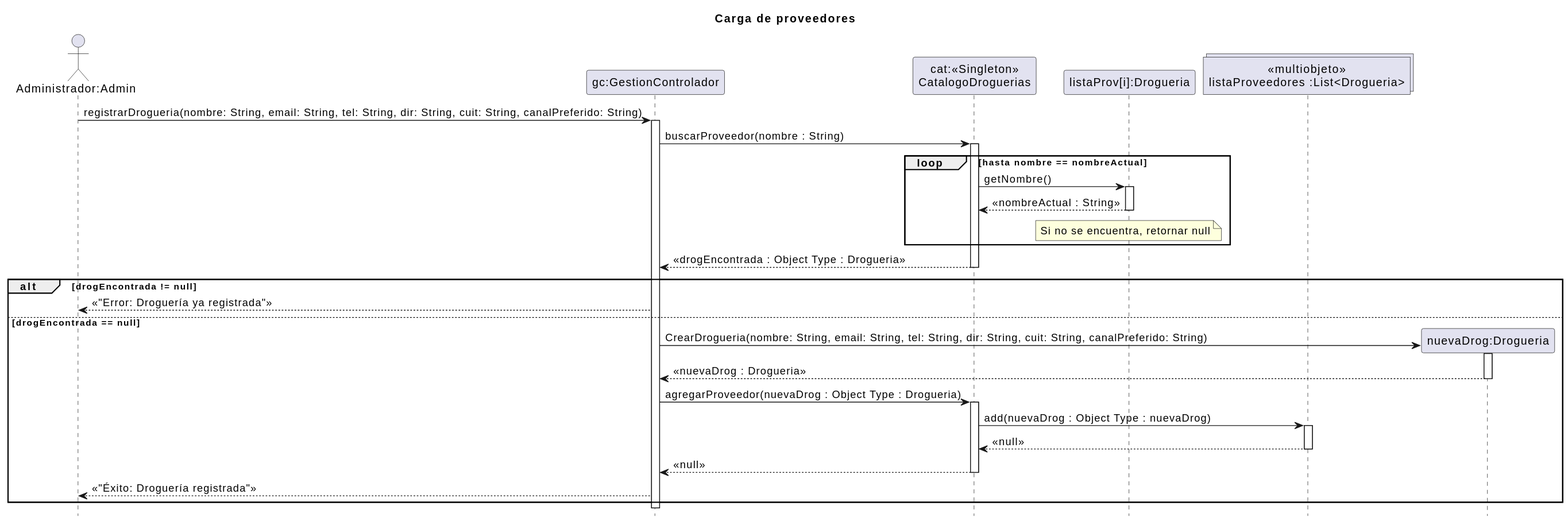
Above: 08 - Diagramas de Secuencia de Diseño/CargaProveedores/CargaProveedores.svg in zEzequR/PF-I (PlantUML), before the change.
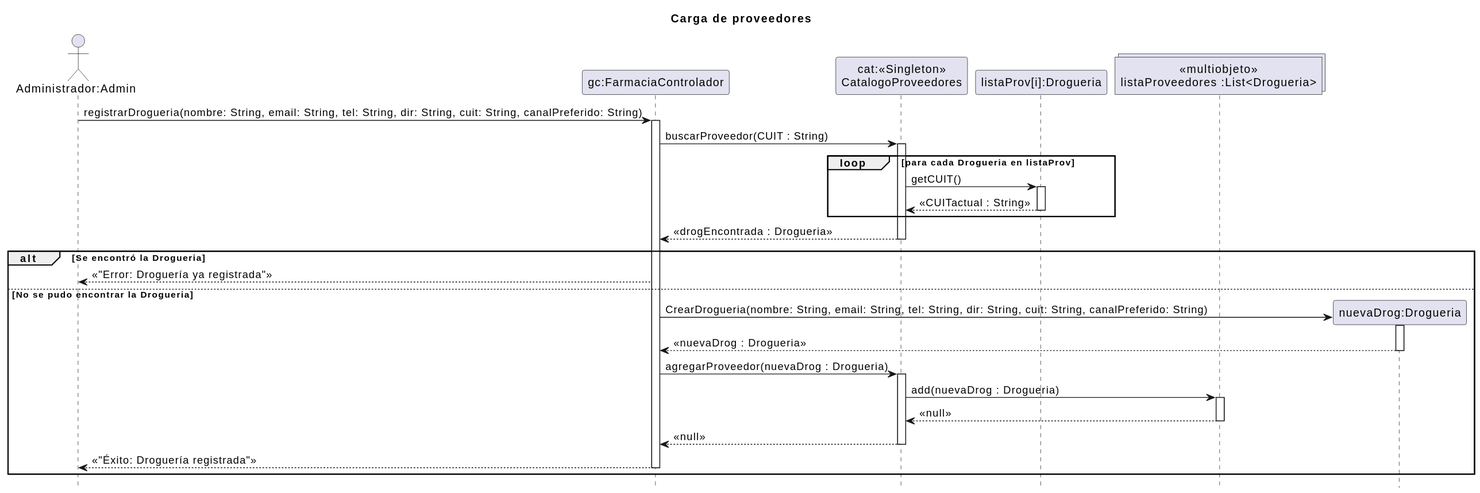
Above is the later version.

Diff of the diagram source:
```diff
@@ -3,8 +3,8 @@
 hide footbox
 
 actor "Administrador:Admin" as admin
-participant "gc:GestionControlador" as ctrl
-participant "cat:<<Singleton>>\nCatalogoDroguerias" as cat
+participant "gc:FarmaciaControlador" as ctrl
+participant "cat:<<Singleton>>\nCatalogoProveedores" as cat
 participant "listaProv[i]:Drogueria" as drog_actual
 collections "«multiobjeto»\nlistaProveedores :List<Drogueria>" as lista_drog
 
@@ -12,45 +12,41 @@
 admin -> ctrl : registrarDrogueria(nombre: String, email: String, tel: String, dir: String, cuit: String, canalPreferido: String)
 activate ctrl
 
-ctrl -> cat : buscarProveedor(nombre : String)
+ctrl -> cat : buscarProveedor(CUIT : String)
 activate cat
 
-loop hasta nombre == nombreActual
-    cat -> drog_actual : getNombre()
+loop para cada Drogueria en listaProv
+    cat -> drog_actual : getCUIT()
     activate drog_actual
-    drog_actual --> cat : << nombreActual : String >>
+    drog_actual --> cat : << CUITactual : String >>
     deactivate drog_actual
-    note over of drog_actual: Si no se encuentra, retornar null
 end
 
-        cat --> ctrl : << drogEncontrada : Object Type : Drogueria >>
-        deactivate cat
+cat --> ctrl : << drogEncontrada : Drogueria >>
+deactivate cat
 
-    alt drogEncontrada != null
-        ctrl --> admin : << "Error: Droguería ya registrada" >>
+alt Se encontró la Drogueria
+    ctrl --> admin : << "Error: Droguería ya registrada" >>
 
-    else drogEncontrada == null
+else No se pudo encontrar la Drogueria
 
-        deactivate cat
+    create participant "nuevaDrog:Drogueria" as nuevo_drog
+    ctrl -> nuevo_drog : CrearDrogueria(nombre: String, email: String, tel: String, dir: String, cuit: String, canalPreferido: String)
+    activate nuevo_drog
+    nuevo_drog --> ctrl : << nuevaDrog : Drogueria >>
+    deactivate nuevo_drog
 
-        create participant "nuevaDrog:Drogueria" as nuevo_drog
-        ctrl -> nuevo_drog : CrearDrogueria(nombre: String, email: String, tel: String, dir: String, cuit: String, canalPreferido: String)
-        activate nuevo_drog
-        nuevo_drog --> ctrl : << nuevaDrog : Drogueria >>
-        deactivate nuevo_drog
+    ctrl -> cat : agregarProveedor(nuevaDrog : Drogueria)
+    activate cat
+    cat -> lista_drog : add(nuevaDrog : Drogueria)
+    activate lista_drog
+    lista_drog --> cat : << null >>
+    deactivate lista_drog
+    cat --> ctrl : << null >>
+    deactivate cat
 
-        ctrl -> cat : agregarProveedor(nuevaDrog : Object Type : Drogueria)
-        activate cat
-        cat -> lista_drog : add(nuevaDrog : Object Type : nuevaDrog)
-        activate lista_drog
-        lista_drog --> cat : << null >>
-        deactivate lista_drog
-        cat --> ctrl : << null >>
-        deactivate cat
+    ctrl --> admin : << "Éxito: Droguería registrada" >>
+    deactivate ctrl
 
-        ctrl --> admin : << "Éxito: Droguería registrada" >>
-
-    end
-
-deactivate ctrl
+end
 @enduml
```
